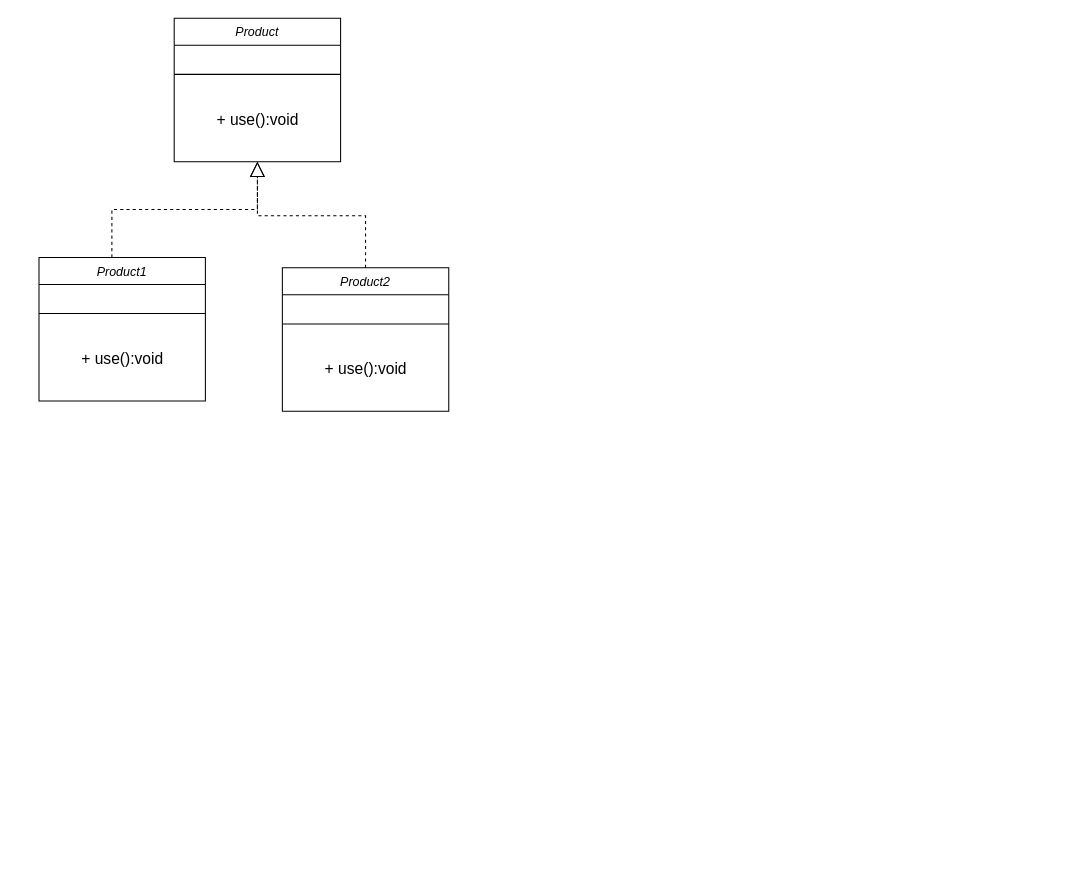
This is 抽象工厂模式.drawio from qiuquanhui/images, a draw.io file, before an edit. Source tidied: cells renumbered, new cells numbered last; positions are measured from the earlier drawing's top-left corner, leaving out a move shared by most shapes. Both pictures are drawn from the tidied source at 104%, with x=0, y=0 at pixel (38, 18).
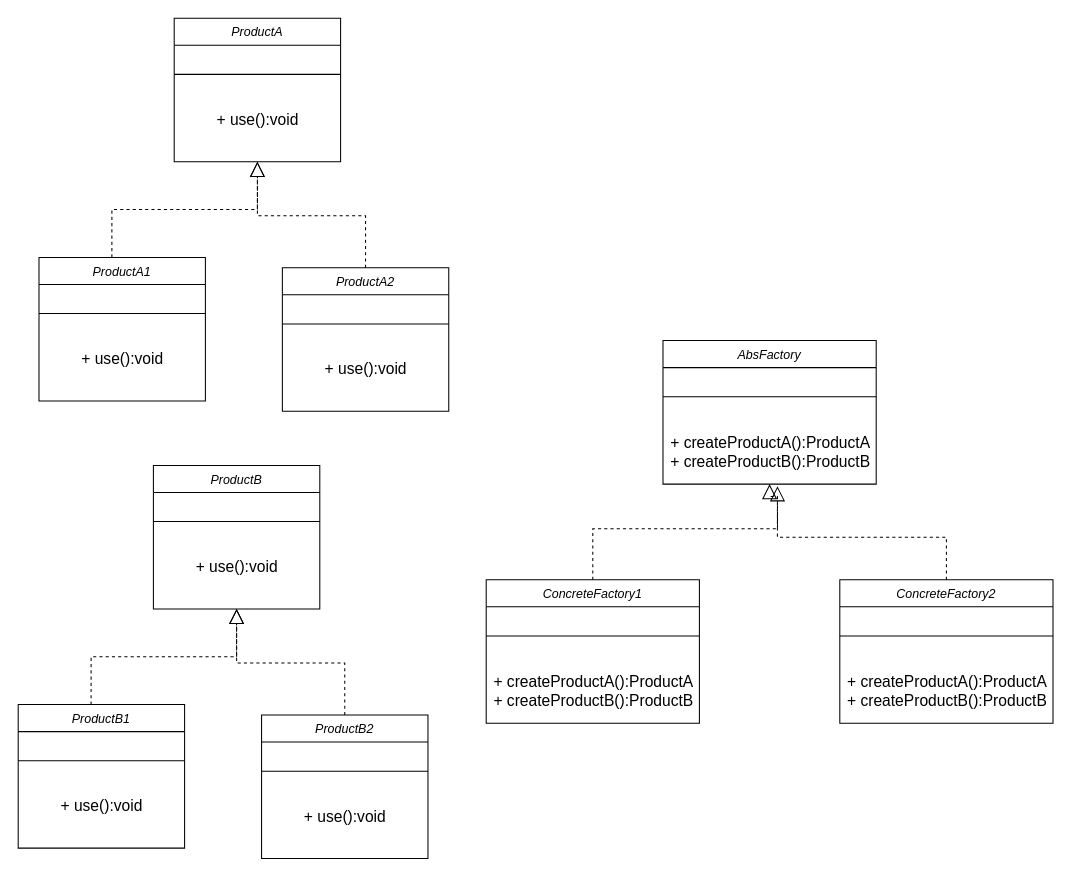
The same diagram, later.

Commit message (it also covers changes not shown here):
更新抽象工厂模式.drawio

What changed in the source:
```diff
@@
-    <mxCell id="2" value="Product" style="swimlane;fontStyle=2;align=center;verticalAlign=top;horizontal=1;startSize=26;rounded=0;shadow=0;strokeWidth=1;" parent="1" vertex="1">
+    <mxCell id="2" value="ProductA" style="swimlane;fontStyle=2;align=center;verticalAlign=top;horizontal=1;startSize=26;rounded=0;shadow=0;strokeWidth=1;" parent="1" vertex="1">
       <mxGeometry x="130" width="160" height="138" as="geometry" />
     </mxCell>
@@
-    <mxCell id="5" value="Product1" style="swimlane;fontStyle=2;align=center;verticalAlign=top;horizontal=1;startSize=26;rounded=0;shadow=0;strokeWidth=1;" parent="1" vertex="1">
+    <mxCell id="5" value="ProductA1" style="swimlane;fontStyle=2;align=center;verticalAlign=top;horizontal=1;startSize=26;rounded=0;shadow=0;strokeWidth=1;" parent="1" vertex="1">
       <mxGeometry y="230" width="160" height="138" as="geometry" />
     </mxCell>
@@
-    <mxCell id="9" value="Product2" style="swimlane;fontStyle=2;align=center;verticalAlign=top;horizontal=1;startSize=26;rounded=0;shadow=0;strokeWidth=1;" parent="1" vertex="1">
+    <mxCell id="9" value="ProductA2" style="swimlane;fontStyle=2;align=center;verticalAlign=top;horizontal=1;startSize=26;rounded=0;shadow=0;strokeWidth=1;" parent="1" vertex="1">
       <mxGeometry x="234" y="240" width="160" height="138" as="geometry" />
     </mxCell>
@@
+    <mxCell id="13" value="AbsFactory" style="swimlane;fontStyle=2;align=center;verticalAlign=top;horizontal=1;startSize=26;rounded=0;shadow=0;strokeWidth=1;" parent="1" vertex="1">
+      <mxGeometry x="600" y="310" width="205" height="138" as="geometry" />
+    </mxCell>
+    <mxCell id="14" style="line;html=1;strokeWidth=1;align=left;verticalAlign=middle;spacingTop=-1;spacingLeft=3;spacingRight=3;labelPosition=right;" parent="13" vertex="1">
+      <mxGeometry y="26" width="205" height="56" as="geometry" />
+    </mxCell>
+    <mxCell id="15" value="&lt;font style=&quot;font-size: 15px;&quot;&gt;+ createProductA():ProductA&lt;/font&gt;&lt;div&gt;&lt;font style=&quot;font-size: 15px;&quot;&gt;+ createProductB():ProductB&lt;/font&gt;&lt;/div&gt;" style="text;html=1;align=center;verticalAlign=middle;points=[];strokeColor=none;fillColor=none;" parent="13" vertex="1">
+      <mxGeometry y="82" width="205" height="50" as="geometry" />
+    </mxCell>
+    <mxCell id="16" value="ProductB" style="swimlane;fontStyle=2;align=center;verticalAlign=top;horizontal=1;startSize=26;rounded=0;shadow=0;strokeWidth=1;" parent="1" vertex="1">
+      <mxGeometry x="110" y="430" width="160" height="138" as="geometry" />
+    </mxCell>
+    <mxCell id="17" style="line;html=1;strokeWidth=1;align=left;verticalAlign=middle;spacingTop=-1;spacingLeft=3;spacingRight=3;labelPosition=right;" parent="16" vertex="1">
+      <mxGeometry y="26" width="160" height="56" as="geometry" />
+    </mxCell>
+    <mxCell id="18" value="&lt;font style=&quot;font-size: 15px;&quot;&gt;+ use():void&lt;/font&gt;" style="text;html=1;align=center;verticalAlign=middle;strokeColor=none;fillColor=none;" parent="16" vertex="1">
+      <mxGeometry y="82" width="160" height="30" as="geometry" />
+    </mxCell>
+    <mxCell id="19" value="ProductB1" style="swimlane;fontStyle=2;align=center;verticalAlign=top;horizontal=1;startSize=26;rounded=0;shadow=0;strokeWidth=1;" parent="1" vertex="1">
+      <mxGeometry x="-20" y="660" width="160" height="138" as="geometry" />
+    </mxCell>
+    <mxCell id="20" style="line;html=1;strokeWidth=1;align=left;verticalAlign=middle;spacingTop=-1;spacingLeft=3;spacingRight=3;labelPosition=right;" parent="19" vertex="1">
+      <mxGeometry y="26" width="160" height="56" as="geometry" />
+    </mxCell>
+    <mxCell id="21" value="&lt;font style=&quot;font-size: 15px;&quot;&gt;+ use():void&lt;/font&gt;" style="text;html=1;align=center;verticalAlign=middle;strokeColor=none;fillColor=none;" parent="19" vertex="1">
+      <mxGeometry y="82" width="160" height="30" as="geometry" />
+    </mxCell>
+    <mxCell id="22" style="endArrow=block;dashed=1;endFill=0;endSize=12;html=1;rounded=0;exitX=0.438;exitY=0;exitDx=0;exitDy=0;exitPerimeter=0;entryX=0.5;entryY=1;entryDx=0;entryDy=0;edgeStyle=orthogonalEdgeStyle;" parent="1" edge="1" source="19" target="16">
+      <mxGeometry relative="1" as="geometry" />
+    </mxCell>
+    <mxCell id="23" value="ProductB2" style="swimlane;fontStyle=2;align=center;verticalAlign=top;horizontal=1;startSize=26;rounded=0;shadow=0;strokeWidth=1;" parent="1" vertex="1">
+      <mxGeometry x="214" y="670" width="160" height="138" as="geometry" />
+    </mxCell>
+    <mxCell id="24" style="line;html=1;strokeWidth=1;align=left;verticalAlign=middle;spacingTop=-1;spacingLeft=3;spacingRight=3;labelPosition=right;" parent="23" vertex="1">
+      <mxGeometry y="26" width="160" height="56" as="geometry" />
+    </mxCell>
+    <mxCell id="25" value="&lt;font style=&quot;font-size: 15px;&quot;&gt;+ use():void&lt;/font&gt;" style="text;html=1;align=center;verticalAlign=middle;strokeColor=none;fillColor=none;" parent="23" vertex="1">
+      <mxGeometry y="82" width="160" height="30" as="geometry" />
+    </mxCell>
+    <mxCell id="26" style="endArrow=block;dashed=1;endFill=0;endSize=12;html=1;rounded=0;exitX=0.5;exitY=0;exitDx=0;exitDy=0;entryX=0.5;entryY=1;entryDx=0;entryDy=0;edgeStyle=orthogonalEdgeStyle;" parent="1" edge="1" source="23" target="16">
+      <mxGeometry relative="1" as="geometry">
+        <Array as="points">
+          <mxPoint x="294" y="620" />
+          <mxPoint x="190" y="620" />
+        </Array>
+      </mxGeometry>
+    </mxCell>
+    <mxCell id="27" value="ConcreteFactory1" style="swimlane;fontStyle=2;align=center;verticalAlign=top;horizontal=1;startSize=26;rounded=0;shadow=0;strokeWidth=1;" parent="1" vertex="1">
+      <mxGeometry x="430" y="540" width="205" height="138" as="geometry" />
+    </mxCell>
+    <mxCell id="28" style="line;html=1;strokeWidth=1;align=left;verticalAlign=middle;spacingTop=-1;spacingLeft=3;spacingRight=3;labelPosition=right;" parent="27" vertex="1">
+      <mxGeometry y="26" width="205" height="56" as="geometry" />
+    </mxCell>
+    <mxCell id="29" value="&lt;font style=&quot;font-size: 15px;&quot;&gt;+ createProductA():ProductA&lt;/font&gt;&lt;div&gt;&lt;font style=&quot;font-size: 15px;&quot;&gt;+ createProductB():ProductB&lt;/font&gt;&lt;/div&gt;" style="text;html=1;align=center;verticalAlign=middle;strokeColor=none;fillColor=none;" parent="27" vertex="1">
+      <mxGeometry y="82" width="205" height="50" as="geometry" />
+    </mxCell>
+    <mxCell id="30" value="ConcreteFactory2" style="swimlane;fontStyle=2;align=center;verticalAlign=top;horizontal=1;startSize=26;rounded=0;shadow=0;strokeWidth=1;" parent="1" vertex="1">
+      <mxGeometry x="770" y="540" width="205" height="138" as="geometry" />
+    </mxCell>
+    <mxCell id="31" style="line;html=1;strokeWidth=1;align=left;verticalAlign=middle;spacingTop=-1;spacingLeft=3;spacingRight=3;labelPosition=right;" parent="30" vertex="1">
+      <mxGeometry y="26" width="205" height="56" as="geometry" />
+    </mxCell>
+    <mxCell id="32" value="&lt;font style=&quot;font-size: 15px;&quot;&gt;+ createProductA():ProductA&lt;/font&gt;&lt;div&gt;&lt;font style=&quot;font-size: 15px;&quot;&gt;+ createProductB():ProductB&lt;/font&gt;&lt;/div&gt;" style="text;html=1;align=center;verticalAlign=middle;strokeColor=none;fillColor=none;" parent="30" vertex="1">
+      <mxGeometry y="82" width="205" height="50" as="geometry" />
+    </mxCell>
+    <mxCell id="33" style="endArrow=block;dashed=1;endFill=0;endSize=12;html=1;rounded=0;exitX=0.5;exitY=0;exitDx=0;exitDy=0;entryX=0.537;entryY=1.16;entryDx=0;entryDy=0;entryPerimeter=0;edgeStyle=orthogonalEdgeStyle;" parent="1" edge="1" source="27" target="15">
+      <mxGeometry relative="1" as="geometry" />
+    </mxCell>
+    <mxCell id="34" style="endArrow=block;dashed=1;endFill=0;endSize=12;html=1;rounded=0;exitX=0.5;exitY=0;exitDx=0;exitDy=0;entryX=0.5;entryY=1;entryDx=0;entryDy=0;edgeStyle=orthogonalEdgeStyle;" parent="1" edge="1" source="30" target="13">
+      <mxGeometry relative="1" as="geometry">
+        <Array as="points">
+          <mxPoint x="873" y="499" />
+          <mxPoint x="710" y="499" />
+          <mxPoint x="710" y="460" />
+          <mxPoint x="703" y="460" />
+        </Array>
+      </mxGeometry>
+    </mxCell>
```
